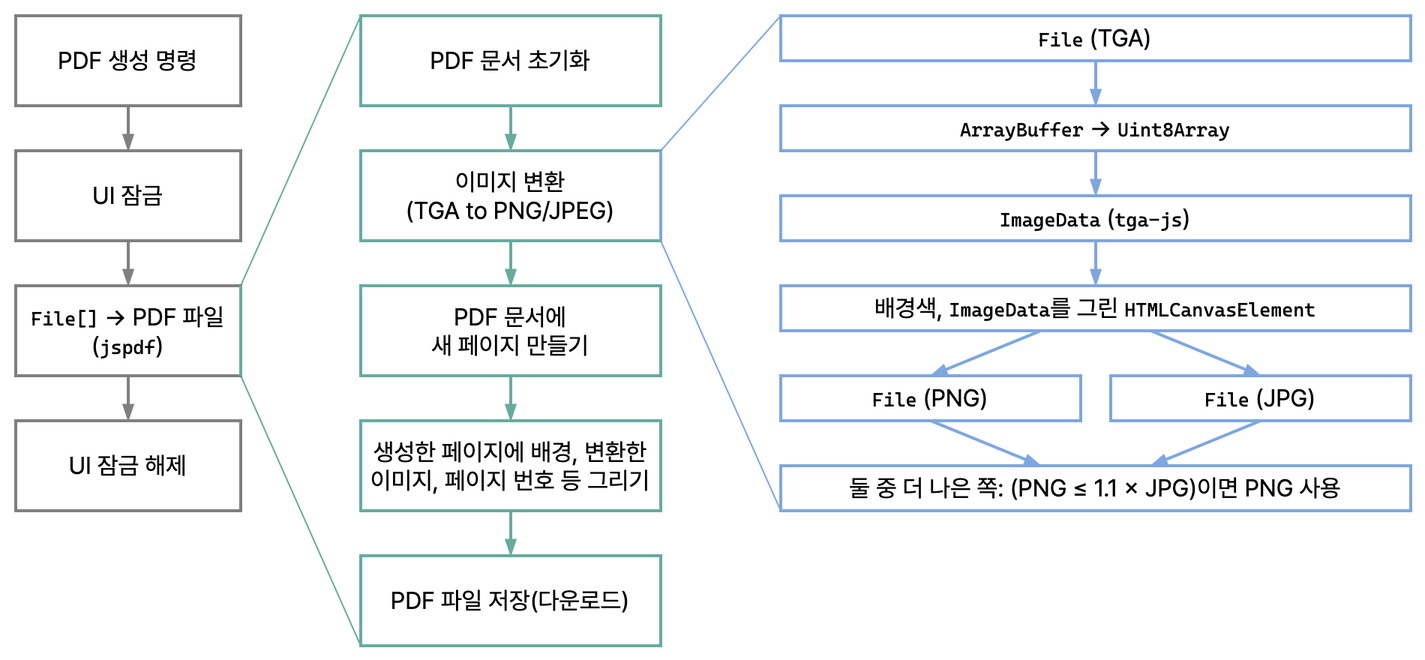
Earlier version of the draw.io export doc/diagrams-pdf-build.drawio.png (yejunian/gencg-exported-image-group). Source tidied: cells renumbered, new cells last; positions are measured from the earlier drawing's top-left corner, leaving out a move shared by most shapes.
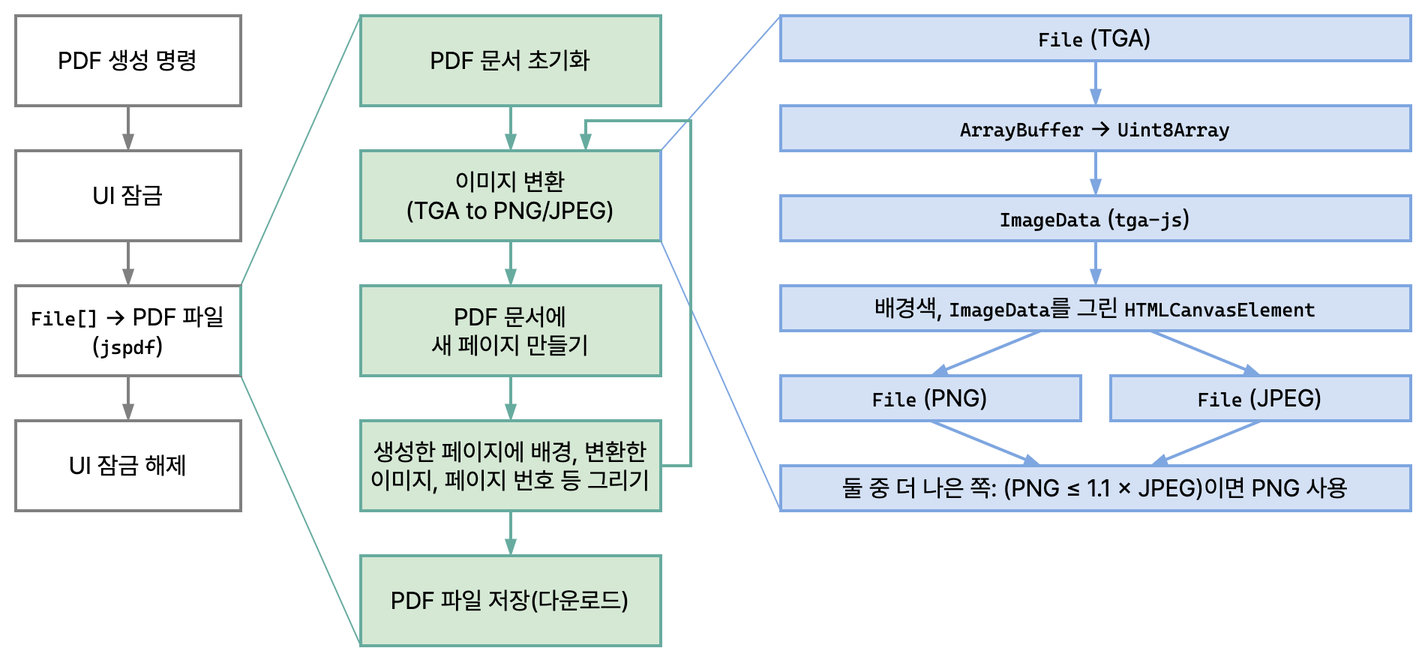
After the commit.

Diff of the diagram source:
```diff
@@ -17,7 +17,7 @@
     <mxCell id="6" style="edgeStyle=none;rounded=0;jettySize=auto;html=1;exitX=0.5;exitY=1;exitDx=0;exitDy=0;fontFamily=Pretendard;fontSize=16;endArrow=blockThin;endFill=1;strokeColor=#67AB9F;strokeWidth=2;" parent="1" edge="1" source="7" target="11">
       <mxGeometry relative="1" as="geometry" />
     </mxCell>
-    <mxCell id="7" value="PDF 문서 초기화" style="rounded=0;whiteSpace=wrap;html=1;fontFamily=Pretendard;fontSize=16;fontStyle=0;glass=0;shadow=0;backgroundOutline=0;strokeColor=#67AB9F;strokeWidth=2;" parent="1" vertex="1">
+    <mxCell id="7" value="PDF 문서 초기화" style="rounded=0;whiteSpace=wrap;html=1;fontFamily=Pretendard;fontSize=16;fontStyle=0;glass=0;shadow=0;backgroundOutline=0;strokeColor=#67AB9F;strokeWidth=2;fillColor=#D5E8D4;" parent="1" vertex="1">
       <mxGeometry x="230" width="200" height="60" as="geometry" />
     </mxCell>
     <mxCell id="8" style="edgeStyle=none;rounded=0;jettySize=auto;html=1;exitX=0.5;exitY=1;exitDx=0;exitDy=0;fontFamily=Pretendard;fontSize=16;endArrow=blockThin;endFill=1;strokeColor=#67AB9F;strokeWidth=2;" parent="1" edge="1" source="11" target="13">
@@ -29,22 +29,25 @@
     <mxCell id="10" style="edgeStyle=none;rounded=0;jettySize=auto;html=1;exitX=1;exitY=1;exitDx=0;exitDy=0;entryX=0;entryY=1;entryDx=0;entryDy=0;fontFamily=Pretendard;fontSize=16;startArrow=none;startFill=0;endArrow=none;endFill=0;strokeColor=#7EA6E0;strokeWidth=1;" parent="1" edge="1" source="11" target="35">
       <mxGeometry relative="1" as="geometry" />
     </mxCell>
-    <mxCell id="11" value="이미지 변환&lt;br&gt;(TGA to PNG/JPEG)" style="rounded=0;whiteSpace=wrap;html=1;fontFamily=Pretendard;fontSize=16;fontStyle=0;glass=0;shadow=0;backgroundOutline=0;strokeColor=#67AB9F;strokeWidth=2;" parent="1" vertex="1">
+    <mxCell id="11" value="이미지 변환&lt;br&gt;(TGA to PNG/JPEG)" style="rounded=0;whiteSpace=wrap;html=1;fontFamily=Pretendard;fontSize=16;fontStyle=0;glass=0;shadow=0;backgroundOutline=0;strokeColor=#67AB9F;strokeWidth=2;fillColor=#D5E8D4;" parent="1" vertex="1">
       <mxGeometry x="230" y="90" width="200" height="60" as="geometry" />
     </mxCell>
     <mxCell id="12" style="edgeStyle=none;rounded=0;jettySize=auto;html=1;exitX=0.5;exitY=1;exitDx=0;exitDy=0;fontFamily=Pretendard;fontSize=16;endArrow=blockThin;endFill=1;strokeColor=#67AB9F;strokeWidth=2;" parent="1" edge="1" source="13" target="15">
       <mxGeometry relative="1" as="geometry" />
     </mxCell>
-    <mxCell id="13" value="PDF 문서에&lt;br&gt;새 페이지 만들기" style="rounded=0;whiteSpace=wrap;html=1;fontFamily=Pretendard;fontSize=16;fontStyle=0;glass=0;shadow=0;backgroundOutline=0;strokeColor=#67AB9F;strokeWidth=2;" parent="1" vertex="1">
+    <mxCell id="13" value="PDF 문서에&lt;br&gt;새 페이지 만들기" style="rounded=0;whiteSpace=wrap;html=1;fontFamily=Pretendard;fontSize=16;fontStyle=0;glass=0;shadow=0;backgroundOutline=0;strokeColor=#67AB9F;strokeWidth=2;fillColor=#D5E8D4;" parent="1" vertex="1">
       <mxGeometry x="230" y="180" width="200" height="60" as="geometry" />
     </mxCell>
     <mxCell id="14" style="edgeStyle=none;rounded=0;jettySize=auto;html=1;exitX=0.5;exitY=1;exitDx=0;exitDy=0;fontFamily=Pretendard;fontSize=16;endArrow=blockThin;endFill=1;strokeColor=#67AB9F;strokeWidth=2;" parent="1" edge="1" source="15" target="16">
       <mxGeometry relative="1" as="geometry" />
     </mxCell>
+    <mxCell id="38" style="edgeStyle=orthogonalEdgeStyle;rounded=0;jettySize=auto;html=1;exitX=1;exitY=0.5;exitDx=0;exitDy=0;entryX=0.75;entryY=0;entryDx=0;entryDy=0;fontFamily=Pretendard;fontSize=16;endArrow=blockThin;endFill=1;strokeColor=#67AB9F;strokeWidth=2;" parent="1" edge="1" source="15" target="11">
+      <mxGeometry relative="1" as="geometry" />
+    </mxCell>
-    <mxCell id="15" value="생성한 페이지에 배경, 변환한 이미지, 페이지 번호 등 그리기" style="rounded=0;whiteSpace=wrap;html=1;fontFamily=Pretendard;fontSize=16;fontStyle=0;glass=0;shadow=0;backgroundOutline=0;strokeColor=#67AB9F;strokeWidth=2;" parent="1" vertex="1">
+    <mxCell id="15" value="생성한 페이지에 배경, 변환한 이미지, 페이지 번호 등 그리기" style="rounded=0;whiteSpace=wrap;html=1;fontFamily=Pretendard;fontSize=16;fontStyle=0;glass=0;shadow=0;backgroundOutline=0;strokeColor=#67AB9F;strokeWidth=2;fillColor=#D5E8D4;" parent="1" vertex="1">
       <mxGeometry x="230" y="270" width="200" height="60" as="geometry" />
     </mxCell>
-    <mxCell id="16" value="PDF 파일 저장(다운로드)" style="rounded=0;whiteSpace=wrap;html=1;fontFamily=Pretendard;fontSize=16;fontStyle=0;glass=0;shadow=0;backgroundOutline=0;strokeColor=#67AB9F;strokeWidth=2;" parent="1" vertex="1">
+    <mxCell id="16" value="PDF 파일 저장(다운로드)" style="rounded=0;whiteSpace=wrap;html=1;fontFamily=Pretendard;fontSize=16;fontStyle=0;glass=0;shadow=0;backgroundOutline=0;strokeColor=#67AB9F;strokeWidth=2;fillColor=#D5E8D4;" parent="1" vertex="1">
       <mxGeometry x="230" y="360" width="200" height="60" as="geometry" />
     </mxCell>
     <mxCell id="17" value="UI 잠금 해제" style="rounded=0;whiteSpace=wrap;html=1;fontFamily=Pretendard;fontSize=16;fontStyle=0;glass=0;shadow=0;backgroundOutline=0;strokeColor=#808080;strokeWidth=2;" parent="1" vertex="1">
@@ -53,7 +56,7 @@
     <mxCell id="18" style="edgeStyle=none;rounded=0;jettySize=auto;html=1;exitX=0.5;exitY=1;exitDx=0;exitDy=0;fontFamily=Pretendard;fontSize=16;endArrow=blockThin;endFill=1;strokeColor=#7EA6E0;strokeWidth=2;" parent="1" edge="1" source="19" target="28">
       <mxGeometry relative="1" as="geometry" />
     </mxCell>
-    <mxCell id="19" value="&lt;font style=&quot;font-size: 12.8px&quot; face=&quot;Cascadia Code&quot;&gt;File&lt;/font&gt; (TGA)" style="rounded=0;whiteSpace=wrap;html=1;fontFamily=Pretendard;fontSize=16;fontStyle=0;glass=0;shadow=0;backgroundOutline=0;strokeColor=#7EA6E0;strokeWidth=2;" parent="1" vertex="1">
+    <mxCell id="19" value="&lt;font style=&quot;font-size: 12.8px&quot; face=&quot;Cascadia Code&quot;&gt;File&lt;/font&gt; (TGA)" style="rounded=0;whiteSpace=wrap;html=1;fontFamily=Pretendard;fontSize=16;fontStyle=0;glass=0;shadow=0;backgroundOutline=0;strokeColor=#7EA6E0;strokeWidth=2;fillColor=#D4E1F5;" parent="1" vertex="1">
       <mxGeometry x="510" width="420" height="30" as="geometry" />
     </mxCell>
     <mxCell id="20" style="edgeStyle=none;rounded=0;jettySize=auto;html=1;exitX=0.5;exitY=1;exitDx=0;exitDy=0;fontFamily=Pretendard;fontSize=16;endArrow=blockThin;endFill=1;strokeColor=#808080;strokeWidth=2;" parent="1" edge="1" source="23" target="17">
@@ -71,16 +74,16 @@
     <mxCell id="24" style="edgeStyle=none;rounded=0;jettySize=auto;html=1;exitX=0.5;exitY=1;exitDx=0;exitDy=0;fontFamily=Pretendard;fontSize=16;endArrow=blockThin;endFill=1;strokeColor=#7EA6E0;strokeWidth=2;" parent="1" edge="1" source="25" target="26">
       <mxGeometry relative="1" as="geometry" />
     </mxCell>
-    <mxCell id="25" value="&lt;font style=&quot;font-size: 12.8px&quot; face=&quot;Cascadia Code&quot;&gt;ImageData&lt;/font&gt; (&lt;font face=&quot;Cascadia Code&quot; style=&quot;font-size: 12.8px&quot;&gt;tga-js&lt;/font&gt;)" style="rounded=0;whiteSpace=wrap;html=1;fontFamily=Pretendard;fontSize=16;fontStyle=0;glass=0;shadow=0;backgroundOutline=0;strokeColor=#7EA6E0;strokeWidth=2;" parent="1" vertex="1">
+    <mxCell id="25" value="&lt;font style=&quot;font-size: 12.8px&quot; face=&quot;Cascadia Code&quot;&gt;ImageData&lt;/font&gt; (&lt;font face=&quot;Cascadia Code&quot; style=&quot;font-size: 12.8px&quot;&gt;tga-js&lt;/font&gt;)" style="rounded=0;whiteSpace=wrap;html=1;fontFamily=Pretendard;fontSize=16;fontStyle=0;glass=0;shadow=0;backgroundOutline=0;strokeColor=#7EA6E0;strokeWidth=2;fillColor=#D4E1F5;" parent="1" vertex="1">
       <mxGeometry x="510" y="120" width="420" height="30" as="geometry" />
     </mxCell>
-    <mxCell id="26" value="배경색, &lt;font style=&quot;font-size: 12.8px&quot; face=&quot;Cascadia Code&quot;&gt;ImageData&lt;/font&gt;를 그린 &lt;font style=&quot;font-size: 12.8px&quot; face=&quot;Cascadia Code&quot;&gt;HTMLCanvasElement&lt;/font&gt;" style="rounded=0;whiteSpace=wrap;html=1;fontFamily=Pretendard;fontSize=16;fontStyle=0;glass=0;shadow=0;backgroundOutline=0;strokeColor=#7EA6E0;strokeWidth=2;" parent="1" vertex="1">
+    <mxCell id="26" value="배경색, &lt;font style=&quot;font-size: 12.8px&quot; face=&quot;Cascadia Code&quot;&gt;ImageData&lt;/font&gt;를 그린 &lt;font style=&quot;font-size: 12.8px&quot; face=&quot;Cascadia Code&quot;&gt;HTMLCanvasElement&lt;/font&gt;" style="rounded=0;whiteSpace=wrap;html=1;fontFamily=Pretendard;fontSize=16;fontStyle=0;glass=0;shadow=0;backgroundOutline=0;strokeColor=#7EA6E0;strokeWidth=2;fillColor=#D4E1F5;" parent="1" vertex="1">
       <mxGeometry x="510" y="180" width="420" height="30" as="geometry" />
     </mxCell>
     <mxCell id="27" style="edgeStyle=none;rounded=0;jettySize=auto;html=1;exitX=0.5;exitY=1;exitDx=0;exitDy=0;fontFamily=Pretendard;fontSize=16;endArrow=blockThin;endFill=1;strokeColor=#7EA6E0;strokeWidth=2;" parent="1" edge="1" source="28" target="25">
       <mxGeometry relative="1" as="geometry" />
     </mxCell>
-    <mxCell id="28" value="&lt;font face=&quot;Cascadia Code&quot; style=&quot;font-size: 12.8px&quot;&gt;ArrayBuffer&lt;/font&gt; → &lt;font face=&quot;Cascadia Code&quot; style=&quot;font-size: 12.8px&quot;&gt;Uint8Array&lt;/font&gt;" style="rounded=0;whiteSpace=wrap;html=1;fontFamily=Pretendard;fontSize=16;fontStyle=0;glass=0;shadow=0;backgroundOutline=0;strokeColor=#7EA6E0;strokeWidth=2;" parent="1" vertex="1">
+    <mxCell id="28" value="&lt;font face=&quot;Cascadia Code&quot; style=&quot;font-size: 12.8px&quot;&gt;ArrayBuffer&lt;/font&gt; → &lt;font face=&quot;Cascadia Code&quot; style=&quot;font-size: 12.8px&quot;&gt;Uint8Array&lt;/font&gt;" style="rounded=0;whiteSpace=wrap;html=1;fontFamily=Pretendard;fontSize=16;fontStyle=0;glass=0;shadow=0;backgroundOutline=0;strokeColor=#7EA6E0;strokeWidth=2;fillColor=#D4E1F5;" parent="1" vertex="1">
       <mxGeometry x="510" y="60" width="420" height="30" as="geometry" />
     </mxCell>
     <mxCell id="29" style="edgeStyle=none;rounded=0;jettySize=auto;html=1;exitX=0.5;exitY=1;exitDx=0;exitDy=0;fontFamily=Pretendard;fontSize=16;endArrow=blockThin;endFill=1;strokeColor=#7EA6E0;strokeWidth=2;" parent="1" edge="1" source="31" target="35">
@@ -89,7 +92,7 @@
     <mxCell id="30" style="edgeStyle=none;rounded=0;jettySize=auto;html=1;exitX=0.5;exitY=0;exitDx=0;exitDy=0;fontFamily=Pretendard;fontSize=16;endArrow=none;endFill=0;strokeColor=#7EA6E0;strokeWidth=2;startArrow=blockThin;startFill=1;" parent="1" edge="1" source="31" target="26">
       <mxGeometry relative="1" as="geometry" />
     </mxCell>
-    <mxCell id="31" value="&lt;font style=&quot;font-size: 12.8px&quot; face=&quot;Cascadia Code&quot;&gt;File&lt;/font&gt; (PNG)" style="rounded=0;whiteSpace=wrap;html=1;fontFamily=Pretendard;fontSize=16;fontStyle=0;glass=0;shadow=0;backgroundOutline=0;strokeColor=#7EA6E0;strokeWidth=2;" parent="1" vertex="1">
+    <mxCell id="31" value="&lt;font style=&quot;font-size: 12.8px&quot; face=&quot;Cascadia Code&quot;&gt;File&lt;/font&gt; (PNG)" style="rounded=0;whiteSpace=wrap;html=1;fontFamily=Pretendard;fontSize=16;fontStyle=0;glass=0;shadow=0;backgroundOutline=0;strokeColor=#7EA6E0;strokeWidth=2;fillColor=#D4E1F5;" parent="1" vertex="1">
       <mxGeometry x="510" y="240" width="200" height="30" as="geometry" />
     </mxCell>
     <mxCell id="32" style="edgeStyle=none;rounded=0;jettySize=auto;html=1;exitX=0.5;exitY=1;exitDx=0;exitDy=0;fontFamily=Pretendard;fontSize=16;endArrow=blockThin;endFill=1;strokeColor=#7EA6E0;strokeWidth=2;" parent="1" edge="1" source="34" target="35">
@@ -98,10 +101,10 @@
     <mxCell id="33" style="edgeStyle=none;rounded=0;jettySize=auto;html=1;exitX=0.5;exitY=0;exitDx=0;exitDy=0;fontFamily=Pretendard;fontSize=16;endArrow=none;endFill=0;strokeColor=#7EA6E0;strokeWidth=2;startArrow=blockThin;startFill=1;" parent="1" edge="1" source="34" target="26">
       <mxGeometry relative="1" as="geometry" />
     </mxCell>
-    <mxCell id="34" value="&lt;font style=&quot;font-size: 12.8px&quot; face=&quot;Cascadia Code&quot;&gt;File&lt;/font&gt; (JPG)" style="rounded=0;whiteSpace=wrap;html=1;fontFamily=Pretendard;fontSize=16;fontStyle=0;glass=0;shadow=0;backgroundOutline=0;strokeColor=#7EA6E0;strokeWidth=2;" parent="1" vertex="1">
+    <mxCell id="34" value="&lt;font style=&quot;font-size: 12.8px&quot; face=&quot;Cascadia Code&quot;&gt;File&lt;/font&gt; (JPEG)" style="rounded=0;whiteSpace=wrap;html=1;fontFamily=Pretendard;fontSize=16;fontStyle=0;glass=0;shadow=0;backgroundOutline=0;strokeColor=#7EA6E0;strokeWidth=2;fillColor=#D4E1F5;" parent="1" vertex="1">
       <mxGeometry x="730" y="240" width="200" height="30" as="geometry" />
     </mxCell>
-    <mxCell id="35" value="둘 중 더 나은 쪽: (PNG ≤ 1.1&amp;nbsp;× JPG)이면 PNG 사용" style="rounded=0;whiteSpace=wrap;html=1;fontFamily=Pretendard;fontSize=16;fontStyle=0;glass=0;shadow=0;backgroundOutline=0;strokeColor=#7EA6E0;strokeWidth=2;" parent="1" vertex="1">
+    <mxCell id="35" value="둘 중 더 나은 쪽: (PNG ≤ 1.1&amp;nbsp;× JPEG)이면 PNG 사용" style="rounded=0;whiteSpace=wrap;html=1;fontFamily=Pretendard;fontSize=16;fontStyle=0;glass=0;shadow=0;backgroundOutline=0;strokeColor=#7EA6E0;strokeWidth=2;fillColor=#D4E1F5;" parent="1" vertex="1">
       <mxGeometry x="510" y="300" width="420" height="30" as="geometry" />
     </mxCell>
     <mxCell id="36" style="endArrow=none;html=1;fontFamily=Pretendard;fontSize=16;strokeColor=#67AB9F;strokeWidth=2;entryX=1;entryY=0;entryDx=0;entryDy=0;exitX=1;exitY=1;exitDx=0;exitDy=0;" parent="1" edge="1" source="23" target="23">
```
